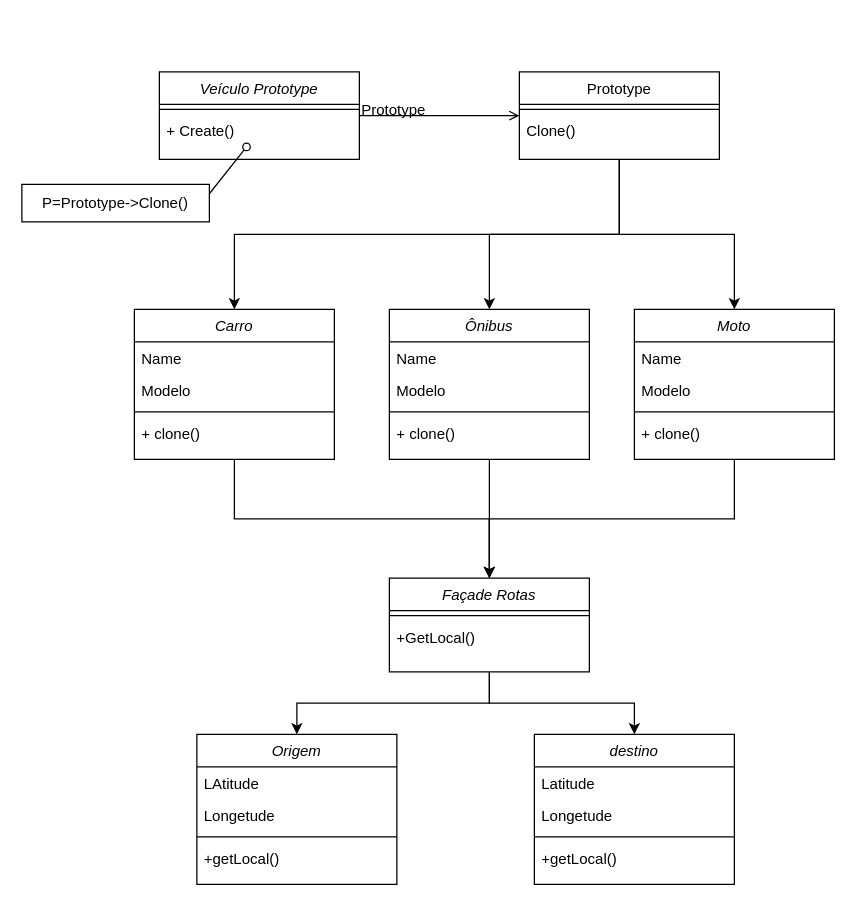
This is page "Page-1" (1 of 2) of Untitled Diagram.drawio from MatheusSantosDev/diagramas-UML, a draw.io file, before an edit. Source tidied: cells renumbered, new cells numbered last; positions are measured from the earlier drawing's top-left corner, leaving out a move shared by most shapes. Both pictures are drawn from the tidied source at 125%, with x=0, y=0 at pixel (21, 71).
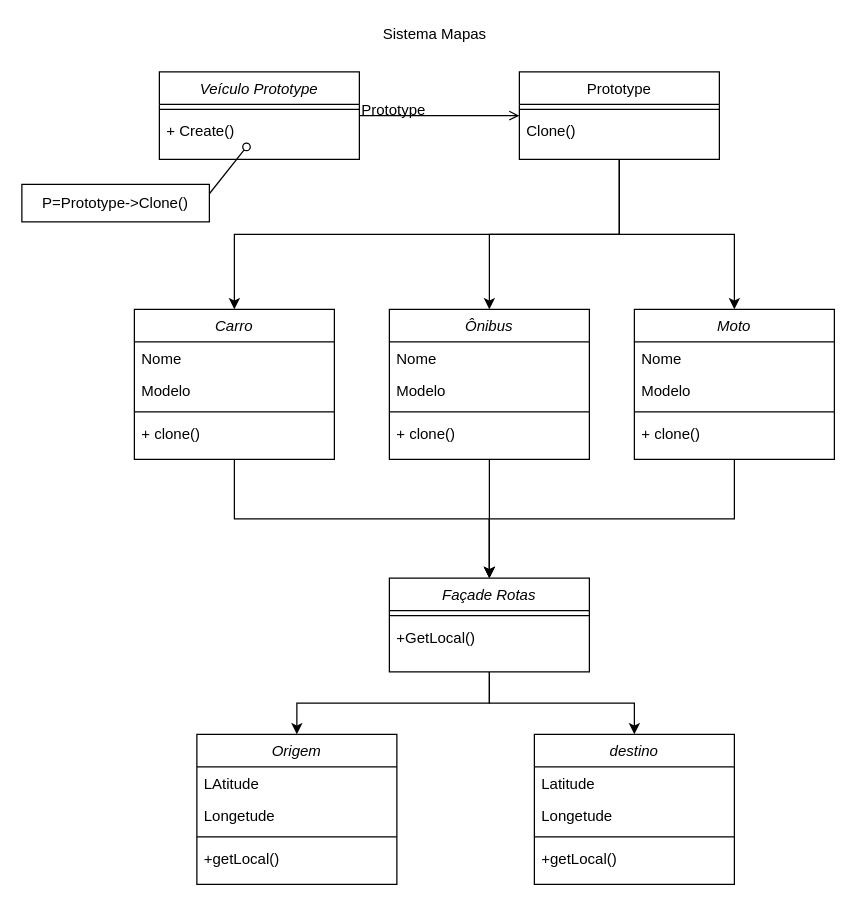
After the change.

The change refers to these unchanged cells:
```xml
<mxCell id="16" value="Carro" style="swimlane;fontStyle=2;align=center;verticalAlign=top;horizontal=1;startSize=26;rounded=0;shadow=0;strokeWidth=1;" parent="1" vertex="1">
  <mxGeometry x="90" y="190" width="160" height="120" as="geometry" />
</mxCell>
<mxCell id="22" value="Ônibus" style="swimlane;fontStyle=2;align=center;verticalAlign=top;horizontal=1;startSize=26;rounded=0;shadow=0;strokeWidth=1;" parent="1" vertex="1">
  <mxGeometry x="294" y="190" width="160" height="120" as="geometry" />
</mxCell>
<mxCell id="28" value="Moto" style="swimlane;fontStyle=2;align=center;verticalAlign=top;horizontal=1;startSize=26;rounded=0;shadow=0;strokeWidth=1;" parent="1" vertex="1">
  <mxGeometry x="490" y="190" width="160" height="120" as="geometry" />
</mxCell>
```

Diff of the diagram source:
```diff
@@
-    <mxCell id="17" value="Name" style="text;align=left;verticalAlign=top;spacingLeft=4;spacingRight=4;overflow=hidden;" parent="16" vertex="1">
+    <mxCell id="17" value="Nome" style="text;align=left;verticalAlign=top;spacingLeft=4;spacingRight=4;overflow=hidden;" parent="16" vertex="1">
       <mxGeometry y="26" width="160" height="26" as="geometry" />
     </mxCell>
@@
-    <mxCell id="23" value="Name" style="text;align=left;verticalAlign=top;spacingLeft=4;spacingRight=4;overflow=hidden;" parent="22" vertex="1">
+    <mxCell id="23" value="Nome" style="text;align=left;verticalAlign=top;spacingLeft=4;spacingRight=4;overflow=hidden;" parent="22" vertex="1">
       <mxGeometry y="26" width="160" height="26" as="geometry" />
     </mxCell>
@@
-    <mxCell id="29" value="Name" style="text;align=left;verticalAlign=top;spacingLeft=4;spacingRight=4;overflow=hidden;" parent="28" vertex="1">
+    <mxCell id="29" value="Nome" style="text;align=left;verticalAlign=top;spacingLeft=4;spacingRight=4;overflow=hidden;" parent="28" vertex="1">
       <mxGeometry y="26" width="160" height="26" as="geometry" />
     </mxCell>
@@
+    <mxCell id="48" value="Sistema Mapas" style="text;html=1;align=center;verticalAlign=middle;" parent="1" vertex="1">
+      <mxGeometry x="280" y="-40" width="100" height="20" as="geometry" />
+    </mxCell>
```
